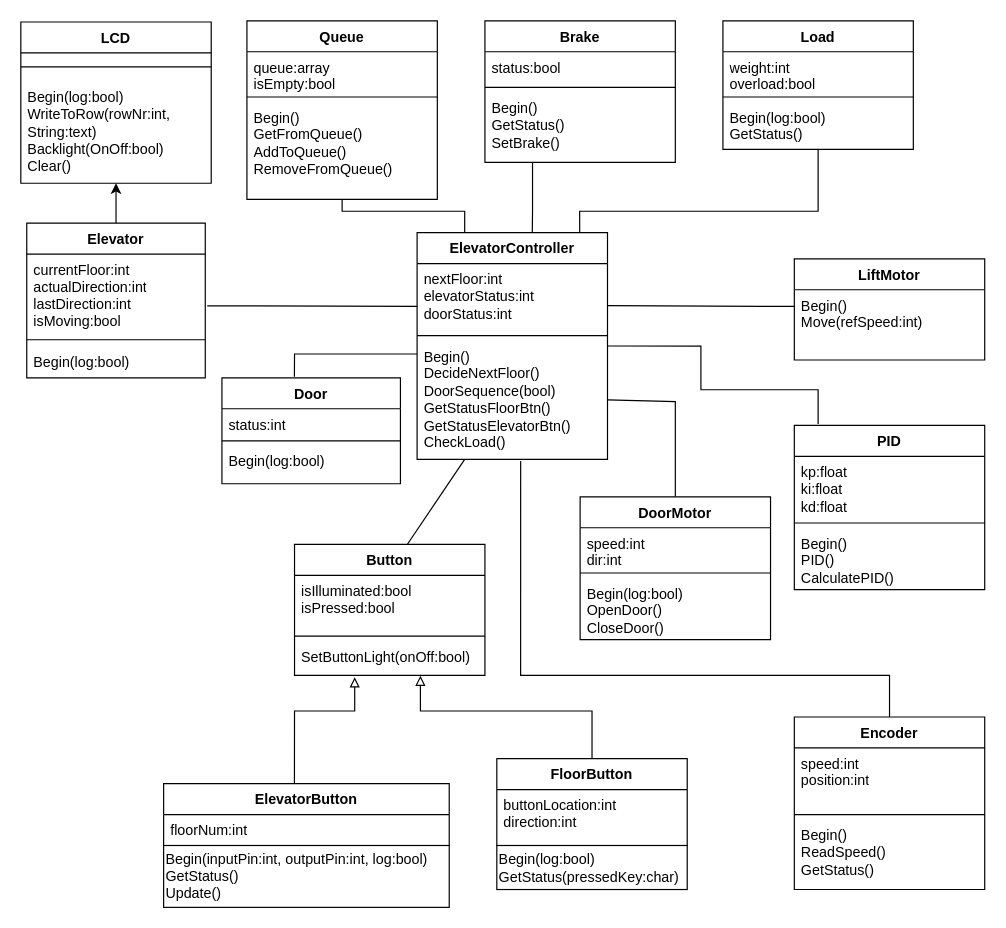
johannesKringlen/MAS246_Project keeps this draw.io diagram as Documents/UMLDiagramElevator.drawio. Above is the earlier version. Source tidied: cells renumbered, new cells numbered last; positions are measured from the earlier drawing's top-left corner, leaving out a move shared by most shapes. Both pictures are drawn from the tidied source at 119%, with x=0, y=0 at pixel (20, 20).
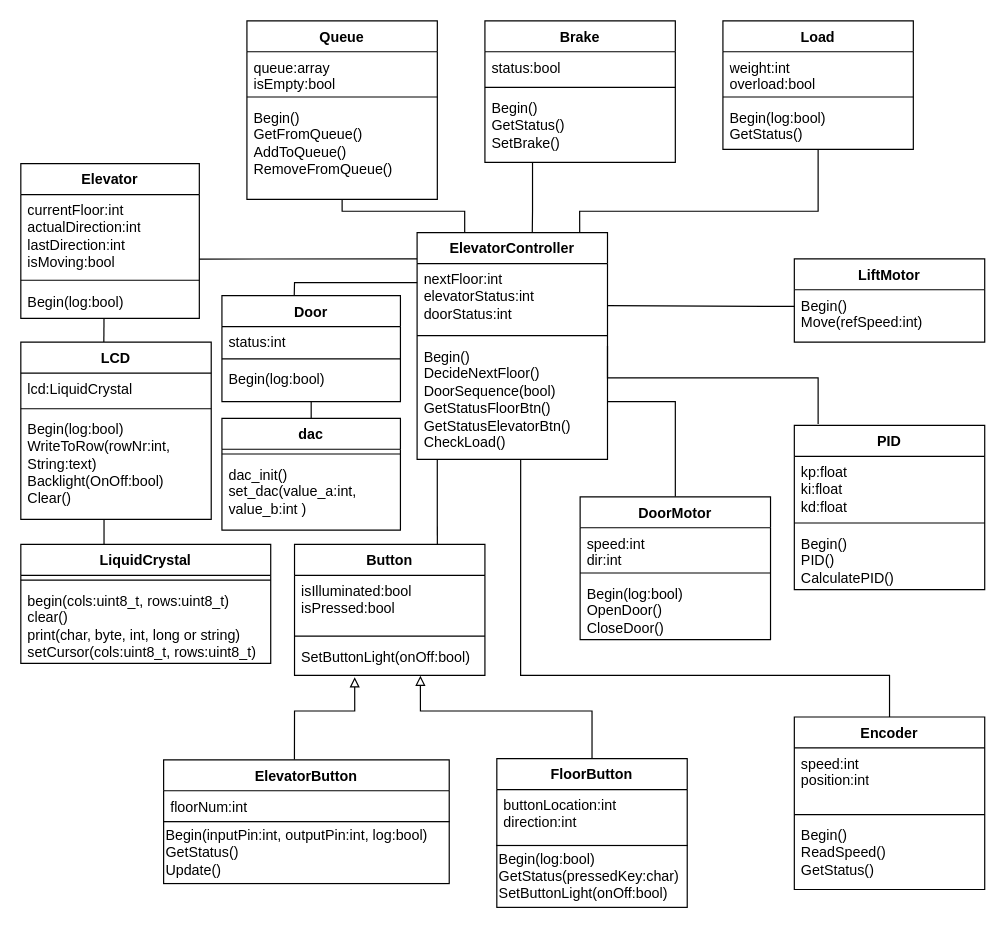
The same page after the edit.

The change refers to these unchanged cells:
```xml
<mxCell id="3" value="ElevatorController" style="swimlane;fontStyle=1;align=center;verticalAlign=top;horizontal=1;startSize=26;whiteSpace=wrap;html=1;" parent="1" vertex="1">
  <mxGeometry x="333" y="178" width="160" height="190.5" as="geometry" />
</mxCell>
<mxCell id="4" value="nextFloor:int&lt;div&gt;elevatorStatus:int&lt;/div&gt;&lt;div&gt;doorStatus:int&lt;/div&gt;" style="text;strokeColor=none;fillColor=none;align=left;verticalAlign=top;spacingLeft=4;spacingRight=4;overflow=hidden;points=[[0,0.5],[1,0.5]];portConstraint=eastwest;whiteSpace=wrap;html=1;" parent="3" vertex="1">
  <mxGeometry y="26" width="160" height="56.5" as="geometry" />
</mxCell>
<mxCell id="6" value="&lt;div&gt;Begin()&lt;/div&gt;DecideNextFloor()&lt;div&gt;DoorSequence(bool)&lt;/div&gt;&lt;div&gt;GetStatusFloorBtn()&lt;/div&gt;&lt;div&gt;GetStatusElevatorBtn()&lt;/div&gt;&lt;div&gt;CheckLoad()&lt;/div&gt;" style="text;strokeColor=none;fillColor=none;align=left;verticalAlign=top;spacingLeft=4;spacingRight=4;overflow=hidden;points=[[0,0.5],[1,0.5]];portConstraint=eastwest;whiteSpace=wrap;html=1;" parent="3" vertex="1">
  <mxGeometry y="90.5" width="160" height="100" as="geometry" />
</mxCell>
<mxCell id="9" value="Button" style="swimlane;fontStyle=1;align=center;verticalAlign=top;horizontal=1;startSize=26;whiteSpace=wrap;html=1;" parent="1" vertex="1">
  <mxGeometry x="230" y="440" width="160" height="110" as="geometry" />
</mxCell>
<mxCell id="18" value="DoorMotor" style="swimlane;fontStyle=1;align=center;verticalAlign=top;horizontal=1;startSize=26;whiteSpace=wrap;html=1;" parent="1" vertex="1">
  <mxGeometry x="470" y="400" width="160" height="120" as="geometry" />
</mxCell>
<mxCell id="36" value="PID" style="swimlane;fontStyle=1;align=center;verticalAlign=top;horizontal=1;startSize=26;whiteSpace=wrap;html=1;" parent="1" vertex="1">
  <mxGeometry x="650" y="340" width="160" height="138" as="geometry" />
</mxCell>
<mxCell id="43" value="Encoder" style="swimlane;fontStyle=1;align=center;verticalAlign=top;horizontal=1;startSize=26;whiteSpace=wrap;html=1;" parent="1" vertex="1">
  <mxGeometry x="650" y="585" width="160" height="145" as="geometry" />
</mxCell>
<mxCell id="49" value="currentFloor:int&lt;div&gt;actualDirection:int&lt;/div&gt;&lt;div&gt;lastDirection:int&lt;/div&gt;&lt;div&gt;isMoving:bool&lt;/div&gt;&lt;div&gt;&lt;br&gt;&lt;/div&gt;&lt;div&gt;&lt;br&gt;&lt;/div&gt;&lt;div&gt;&lt;br&gt;&lt;/div&gt;" style="text;strokeColor=none;fillColor=none;align=left;verticalAlign=top;spacingLeft=4;spacingRight=4;overflow=hidden;points=[[0,0.5],[1,0.5]];portConstraint=eastwest;whiteSpace=wrap;html=1;" parent="48" vertex="1">
  <mxGeometry y="26" width="150" height="67.5" as="geometry" />
</mxCell>
<mxCell id="51" value="Begin(log:bool)" style="text;strokeColor=none;fillColor=none;align=left;verticalAlign=top;spacingLeft=4;spacingRight=4;overflow=hidden;points=[[0,0.5],[1,0.5]];portConstraint=eastwest;whiteSpace=wrap;html=1;" parent="48" vertex="1">
  <mxGeometry y="102.5" width="150" height="27.5" as="geometry" />
</mxCell>
<mxCell id="55" value="Begin(log:bool)" style="text;strokeColor=none;fillColor=none;align=left;verticalAlign=top;spacingLeft=4;spacingRight=4;overflow=hidden;points=[[0,0.5],[1,0.5]];portConstraint=eastwest;whiteSpace=wrap;html=1;" parent="52" vertex="1">
  <mxGeometry y="57" width="150" height="32" as="geometry" />
</mxCell>
```

Diff of the diagram source:
```diff
@@
-    <mxCell id="2" style="edgeStyle=none;rounded=0;jettySize=auto;html=1;exitX=0.25;exitY=1;exitDx=0;exitDy=0;endArrow=none;endFill=0;entryX=0.585;entryY=0.016;entryDx=0;entryDy=0;entryPerimeter=0;" parent="1" edge="1" source="3" target="9">
+    <mxCell id="2" style="edgeStyle=none;rounded=0;jettySize=auto;html=1;exitX=0.106;exitY=0.997;exitDx=0;exitDy=0;endArrow=none;endFill=0;entryX=0.75;entryY=0;entryDx=0;entryDy=0;exitPerimeter=0;" parent="1" edge="1" source="6" target="9">
       <mxGeometry relative="1" as="geometry" />
     </mxCell>
@@
     <mxCell id="13" value="ElevatorButton" style="swimlane;fontStyle=1;align=center;verticalAlign=top;horizontal=1;startSize=26;whiteSpace=wrap;html=1;" parent="1" vertex="1">
-      <mxGeometry x="120" y="641" width="240" height="52" as="geometry" />
+      <mxGeometry x="120" y="621" width="240" height="52" as="geometry" />
     </mxCell>
@@
-    <mxCell id="17" style="edgeStyle=none;rounded=0;jettySize=auto;html=1;entryX=1;entryY=0.5;entryDx=0;entryDy=0;endArrow=none;endFill=0;" parent="1" edge="1" source="18" target="6">
+    <mxCell id="17" style="edgeStyle=none;rounded=0;jettySize=auto;html=1;endArrow=none;endFill=0;entryX=1;entryY=0.515;entryDx=0;entryDy=0;entryPerimeter=0;" parent="1" edge="1" source="18" target="6">
       <mxGeometry x="0.17" relative="1" as="geometry">
         <Array as="points">
           <mxPoint x="550" y="320" />
         </Array>
       </mxGeometry>
     </mxCell>
@@
     <mxCell id="22" value="LiftMotor" style="swimlane;fontStyle=1;align=center;verticalAlign=top;horizontal=1;startSize=26;whiteSpace=wrap;html=1;" parent="1" vertex="1">
-      <mxGeometry x="650" y="200" width="160" height="85" as="geometry" />
+      <mxGeometry x="650" y="200" width="160" height="70" as="geometry" />
     </mxCell>
     <mxCell id="23" value="&lt;div&gt;Begin()&lt;/div&gt;Move(refSpeed:int)" style="text;strokeColor=none;fillColor=none;align=left;verticalAlign=top;spacingLeft=4;spacingRight=4;overflow=hidden;whiteSpace=wrap;html=1;" parent="22" vertex="1">
-      <mxGeometry y="26" width="160" height="59" as="geometry" />
+      <mxGeometry y="26" width="160" height="44" as="geometry" />
     </mxCell>
@@
-    <mxCell id="25" style="edgeStyle=none;rounded=0;jettySize=auto;html=1;endArrow=none;endFill=0;exitX=1.011;exitY=0.644;exitDx=0;exitDy=0;exitPerimeter=0;entryX=0.001;entryY=0.635;entryDx=0;entryDy=0;entryPerimeter=0;" parent="1" edge="1" source="49" target="4">
-      <mxGeometry relative="1" as="geometry" />
+    <mxCell id="25" style="edgeStyle=none;rounded=0;orthogonalLoop=1;jettySize=auto;html=1;endArrow=none;endFill=0;exitX=1;exitY=0.085;exitDx=0;exitDy=0;exitPerimeter=0;entryX=0.001;entryY=0.635;entryDx=0;entryDy=0;entryPerimeter=0;" parent="1" edge="1">
+      <mxGeometry relative="1" as="geometry">
+        <mxPoint x="149.8" y="200.2" as="sourcePoint" />
+        <mxPoint x="333" y="200" as="targetPoint" />
+      </mxGeometry>
     </mxCell>
@@
-    <mxCell id="40" value="LCD" style="swimlane;fontStyle=1;align=center;verticalAlign=top;horizontal=1;startSize=26;whiteSpace=wrap;html=1;" parent="1" vertex="1">
-      <mxGeometry y="1" width="160" height="135.5" as="geometry" />
-    </mxCell>
-    <mxCell id="41" style="line;strokeWidth=1;fillColor=none;align=left;verticalAlign=middle;spacingTop=-1;spacingLeft=3;spacingRight=3;labelPosition=right;strokeColor=inherit;" parent="40" vertex="1">
-      <mxGeometry y="26" width="160" height="23.5" as="geometry" />
-    </mxCell>
-    <mxCell id="42" value="Begin(log:bool)&lt;div&gt;WriteToRow(rowNr:int, String:text)&lt;/div&gt;&lt;div&gt;Backlight(OnOff:bool)&lt;/div&gt;&lt;div&gt;Clear()&lt;/div&gt;" style="text;strokeColor=none;fillColor=none;align=left;verticalAlign=top;spacingLeft=4;spacingRight=4;overflow=hidden;points=[[0,0.5],[1,0.5]];portConstraint=eastwest;whiteSpace=wrap;html=1;" parent="40" vertex="1">
-      <mxGeometry y="49.5" width="160" height="86" as="geometry" />
-    </mxCell>
@@
-    <mxCell id="47" style="edgeStyle=orthogonalEdgeStyle;rounded=0;jettySize=auto;html=1;entryX=0.5;entryY=1;entryDx=0;entryDy=0;" parent="1" edge="1" source="48" target="40">
-      <mxGeometry relative="1" as="geometry" />
-    </mxCell>
     <mxCell id="48" value="Elevator" style="swimlane;fontStyle=1;align=center;verticalAlign=top;horizontal=1;startSize=26;whiteSpace=wrap;html=1;" parent="1" vertex="1">
-      <mxGeometry x="5" y="170" width="150" height="130" as="geometry" />
+      <mxGeometry y="120" width="150" height="130" as="geometry" />
     </mxCell>
@@
     <mxCell id="52" value="Door" style="swimlane;fontStyle=1;align=center;verticalAlign=top;horizontal=1;startSize=26;whiteSpace=wrap;html=1;" parent="1" vertex="1">
-      <mxGeometry x="169" y="300" width="150" height="89" as="geometry" />
+      <mxGeometry x="169" y="231" width="150" height="89" as="geometry" />
     </mxCell>
@@
-    <mxCell id="56" style="endArrow=none;html=1;rounded=0;exitX=0.406;exitY=-0.011;exitDx=0;exitDy=0;exitPerimeter=0;" parent="1" edge="1" source="52">
+    <mxCell id="56" style="endArrow=none;html=1;rounded=0;exitX=0.405;exitY=0;exitDx=0;exitDy=0;exitPerimeter=0;" parent="1" edge="1" source="52">
       <mxGeometry x="0.2" relative="1" as="geometry">
-        <mxPoint x="333" y="280" as="targetPoint" />
+        <mxPoint x="333.1" y="220" as="targetPoint" />
         <Array as="points">
-          <mxPoint x="230" y="280" />
+          <mxPoint x="230" y="220" />
         </Array>
       </mxGeometry>
     </mxCell>
     <mxCell id="57" value="Begin(inputPin:int, outputPin:int, log:bool)&lt;div&gt;GetStatus()&lt;/div&gt;&lt;div&gt;Update()&lt;/div&gt;" style="rounded=0;whiteSpace=wrap;html=1;align=left;" parent="1" vertex="1">
-      <mxGeometry x="120" y="693" width="240" height="52" as="geometry" />
+      <mxGeometry x="120" y="673" width="240" height="52" as="geometry" />
     </mxCell>
-    <mxCell id="58" value="Begin(log:bool)&lt;div&gt;GetStatus(pressedKey:char)&lt;/div&gt;" style="rounded=0;whiteSpace=wrap;html=1;align=left;" parent="1" vertex="1">
-      <mxGeometry x="400" y="693" width="160" height="37" as="geometry" />
+    <mxCell id="58" value="Begin(log:bool)&lt;div&gt;GetStatus(pressedKey:char)&lt;/div&gt;&lt;div&gt;SetButtonLight(onOff:bool)&lt;/div&gt;" style="rounded=0;whiteSpace=wrap;html=1;align=left;" parent="1" vertex="1">
+      <mxGeometry x="400" y="693" width="160" height="52" as="geometry" />
     </mxCell>
@@
-    <mxCell id="64" style="edgeStyle=orthogonalEdgeStyle;rounded=0;jettySize=auto;html=1;exitX=0.5;exitY=0;exitDx=0;exitDy=0;entryX=0.544;entryY=1.015;entryDx=0;entryDy=0;entryPerimeter=0;endArrow=none;endFill=0;" parent="1" edge="1" source="43" target="6">
+    <mxCell id="64" style="edgeStyle=orthogonalEdgeStyle;rounded=0;jettySize=auto;html=1;exitX=0.5;exitY=0;exitDx=0;exitDy=0;endArrow=none;endFill=0;entryX=0.544;entryY=1.001;entryDx=0;entryDy=0;entryPerimeter=0;" parent="1" edge="1" source="43" target="6">
       <mxGeometry relative="1" as="geometry">
         <Array as="points">
           <mxPoint x="730" y="550" />
           <mxPoint x="420" y="550" />
         </Array>
       </mxGeometry>
     </mxCell>
     <mxCell id="65" style="edgeStyle=orthogonalEdgeStyle;rounded=0;jettySize=auto;html=1;exitX=1;exitY=0.5;exitDx=0;exitDy=0;entryX=0.125;entryY=-0.009;entryDx=0;entryDy=0;entryPerimeter=0;endArrow=none;endFill=0;" parent="1" edge="1" source="3" target="36">
       <mxGeometry relative="1" as="geometry">
         <Array as="points">
-          <mxPoint x="571.5" y="273.3" />
-          <mxPoint x="571.5" y="310" />
-          <mxPoint x="670" y="310" />
+          <mxPoint x="493" y="300" />
+          <mxPoint x="670" y="300" />
         </Array>
       </mxGeometry>
     </mxCell>
+    <mxCell id="40" value="LCD" style="swimlane;fontStyle=1;align=center;verticalAlign=top;horizontal=1;startSize=26;whiteSpace=wrap;html=1;" parent="1" vertex="1">
+      <mxGeometry y="270" width="160" height="149" as="geometry" />
+    </mxCell>
+    <mxCell id="66" value="lcd:LiquidCrystal" style="text;strokeColor=none;fillColor=none;align=left;verticalAlign=top;spacingLeft=4;spacingRight=4;overflow=hidden;whiteSpace=wrap;html=1;" parent="40" vertex="1">
+      <mxGeometry y="26" width="160" height="26" as="geometry" />
+    </mxCell>
+    <mxCell id="67" style="line;strokeWidth=1;fillColor=none;align=left;verticalAlign=middle;spacingTop=-1;spacingLeft=3;spacingRight=3;labelPosition=right;strokeColor=inherit;" parent="40" vertex="1">
+      <mxGeometry y="52" width="160" height="8" as="geometry" />
+    </mxCell>
+    <mxCell id="42" value="Begin(log:bool)&lt;div&gt;WriteToRow(rowNr:int, String:text)&lt;/div&gt;&lt;div&gt;Backlight(OnOff:bool)&lt;/div&gt;&lt;div&gt;Clear()&lt;/div&gt;" style="text;strokeColor=none;fillColor=none;align=left;verticalAlign=top;spacingLeft=4;spacingRight=4;overflow=hidden;points=[[0,0.5],[1,0.5]];portConstraint=eastwest;whiteSpace=wrap;html=1;" parent="40" vertex="1">
+      <mxGeometry y="60" width="160" height="89" as="geometry" />
+    </mxCell>
+    <mxCell id="68" value="LiquidCrystal" style="swimlane;fontStyle=1;align=center;verticalAlign=top;horizontal=1;startSize=26;whiteSpace=wrap;html=1;" parent="1" vertex="1">
+      <mxGeometry y="440" width="210" height="100" as="geometry" />
+    </mxCell>
+    <mxCell id="69" style="line;strokeWidth=1;fillColor=none;align=left;verticalAlign=middle;spacingTop=-1;spacingLeft=3;spacingRight=3;labelPosition=right;strokeColor=inherit;" parent="68" vertex="1">
+      <mxGeometry y="26" width="210" height="8" as="geometry" />
+    </mxCell>
+    <mxCell id="70" value="begin(cols:uint8_t, rows:uint8_t)&lt;div&gt;clear()&lt;br&gt;&lt;div&gt;print(char, byte, int, long or string)&lt;br&gt;&lt;div&gt;setCursor(cols:uint8_t, rows:uint8_t&lt;span style=&quot;background-color: transparent; color: light-dark(rgb(0, 0, 0), rgb(255, 255, 255));&quot;&gt;)&lt;/span&gt;&lt;/div&gt;&lt;/div&gt;&lt;/div&gt;" style="text;strokeColor=none;fillColor=none;align=left;verticalAlign=top;spacingLeft=4;spacingRight=4;overflow=hidden;whiteSpace=wrap;html=1;" parent="68" vertex="1">
+      <mxGeometry y="34" width="210" height="66" as="geometry" />
+    </mxCell>
+    <mxCell id="71" style="endArrow=none;html=1;rounded=0;entryX=0.466;entryY=1.003;entryDx=0;entryDy=0;entryPerimeter=0;exitX=0.436;exitY=-0.001;exitDx=0;exitDy=0;exitPerimeter=0;" parent="1" edge="1" source="40" target="51">
+      <mxGeometry relative="1" as="geometry" />
+    </mxCell>
+    <mxCell id="72" style="endArrow=none;html=1;rounded=0;exitX=0.333;exitY=0.001;exitDx=0;exitDy=0;exitPerimeter=0;entryX=0.437;entryY=1;entryDx=0;entryDy=0;entryPerimeter=0;" parent="1" edge="1" source="68" target="42">
+      <mxGeometry relative="1" as="geometry" />
+    </mxCell>
+    <mxCell id="73" value="dac" style="swimlane;fontStyle=1;align=center;verticalAlign=top;horizontal=1;startSize=26;whiteSpace=wrap;html=1;" parent="1" vertex="1">
+      <mxGeometry x="169" y="334" width="150" height="94" as="geometry" />
+    </mxCell>
+    <mxCell id="74" style="line;strokeWidth=1;fillColor=none;align=left;verticalAlign=middle;spacingTop=-1;spacingLeft=3;spacingRight=3;labelPosition=right;strokeColor=inherit;" parent="73" vertex="1">
+      <mxGeometry y="26" width="150" height="8" as="geometry" />
+    </mxCell>
+    <mxCell id="75" value="dac_init()&lt;div&gt;set_dac(value_a:int, value_b:int )&lt;/div&gt;" style="text;strokeColor=none;fillColor=none;align=left;verticalAlign=top;spacingLeft=4;spacingRight=4;overflow=hidden;whiteSpace=wrap;html=1;" parent="73" vertex="1">
+      <mxGeometry y="34" width="150" height="60" as="geometry" />
+    </mxCell>
+    <mxCell id="76" style="endArrow=none;html=1;rounded=0;" parent="1" edge="1" source="55" target="73">
+      <mxGeometry relative="1" as="geometry" />
+    </mxCell>
```
